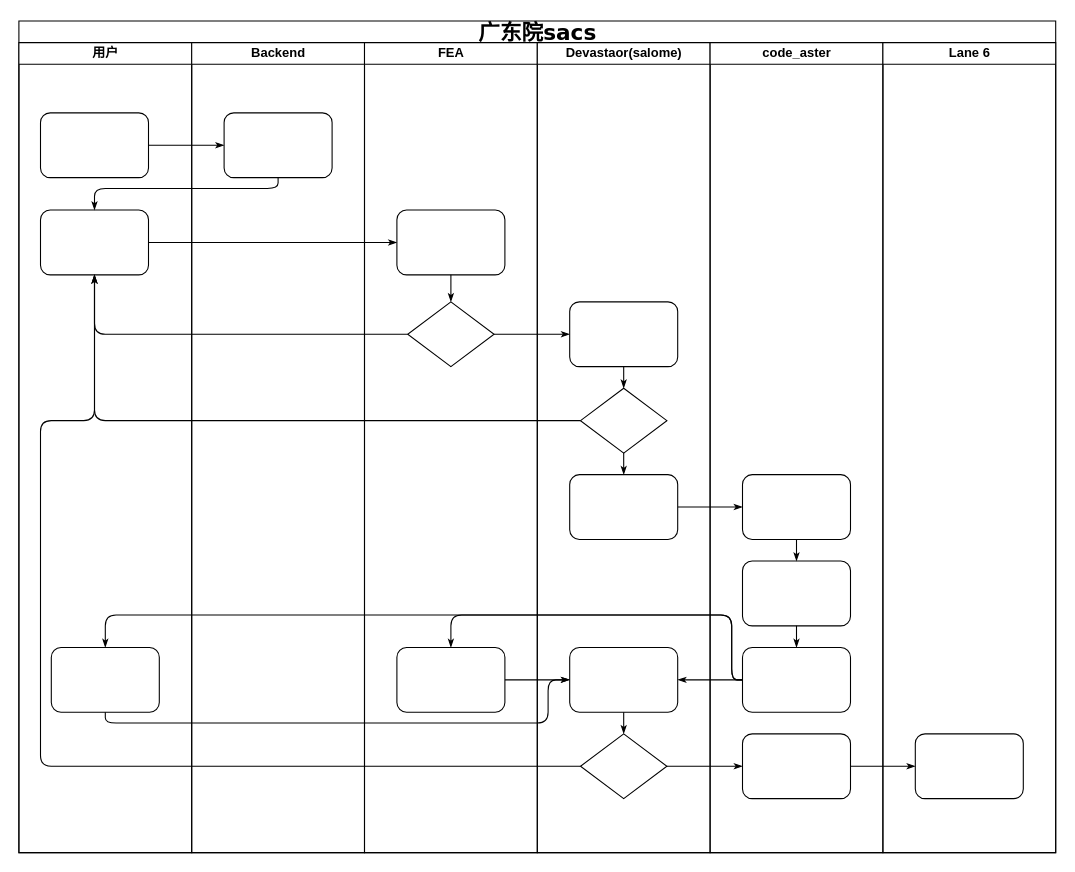
Above: gdy_流程.drawio in Harekaze-Misakiakeno/uml (draw.io), before the change. Source tidied: cells renumbered, new cells numbered last; positions are measured from the earlier drawing's top-left corner, leaving out a move shared by most shapes. Both pictures are drawn from the tidied source at 108%, with x=0, y=0 at pixel (18, 21).
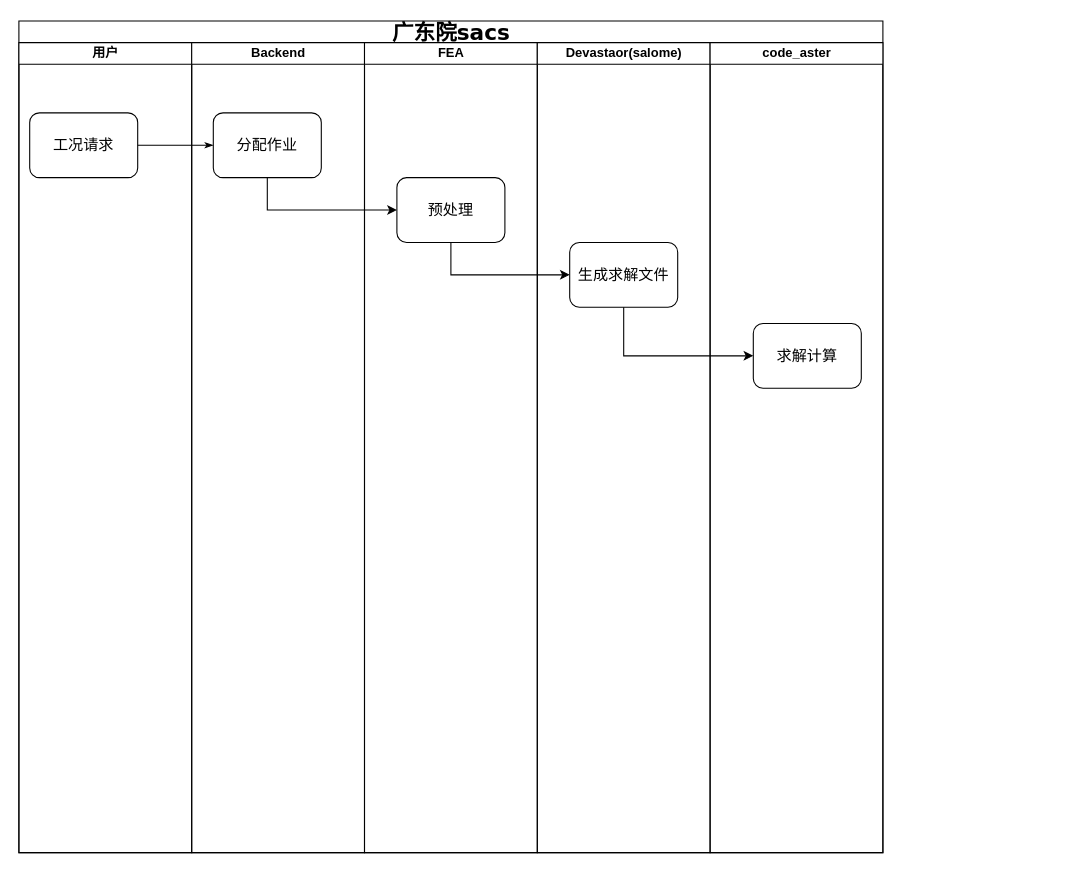
The same diagram, later.

The change refers to these unchanged cells:
```xml
<mxCell id="3" value="用户" style="swimlane;html=1;startSize=20;" parent="2" vertex="1">
  <mxGeometry y="20" width="160" height="750" as="geometry" />
</mxCell>
<mxCell id="22" value="Backend" style="swimlane;html=1;startSize=20;" parent="2" vertex="1">
  <mxGeometry x="160" y="20" width="160" height="750" as="geometry" />
</mxCell>
<mxCell id="24" value="FEA" style="swimlane;html=1;startSize=20;" parent="2" vertex="1">
  <mxGeometry x="320" y="20" width="160" height="750" as="geometry" />
</mxCell>
<mxCell id="29" value="Devastaor(salome)" style="swimlane;html=1;startSize=20;" parent="2" vertex="1">
  <mxGeometry x="480" y="20" width="160" height="750" as="geometry" />
</mxCell>
<mxCell id="38" value="code_aster" style="swimlane;html=1;startSize=20;" parent="2" vertex="1">
  <mxGeometry x="640" y="20" width="160" height="750" as="geometry" />
</mxCell>
```

Change to the diagram source:
```diff
@@
     <mxCell id="2" value="&lt;font style=&quot;font-size: 20px;&quot;&gt;广东院sacs&lt;/font&gt;" style="swimlane;html=1;startSize=20;rounded=0;shadow=0;labelBackgroundColor=none;strokeWidth=1;fontFamily=Verdana;fontSize=8;align=center;" parent="1" vertex="1">
-      <mxGeometry width="960" height="770" as="geometry" />
+      <mxGeometry width="800" height="770" as="geometry" />
     </mxCell>
@@
-    <mxCell id="4" style="rounded=1;whiteSpace=wrap;html=1;shadow=0;labelBackgroundColor=none;strokeWidth=1;fontFamily=Verdana;fontSize=8;align=center;" parent="3" vertex="1">
-      <mxGeometry x="20" y="65" width="100" height="60" as="geometry" />
+    <mxCell id="4" value="工况请求" style="rounded=1;whiteSpace=wrap;html=1;shadow=0;labelBackgroundColor=none;strokeWidth=1;fontFamily=Verdana;fontSize=14;align=center;" parent="3" vertex="1">
+      <mxGeometry x="10" y="65" width="100" height="60" as="geometry" />
     </mxCell>
-    <mxCell id="5" style="rounded=1;whiteSpace=wrap;html=1;shadow=0;labelBackgroundColor=none;strokeWidth=1;fontFamily=Verdana;fontSize=8;align=center;" parent="3" vertex="1">
-      <mxGeometry x="20" y="155" width="100" height="60" as="geometry" />
-    </mxCell>
-    <mxCell id="6" style="rounded=1;whiteSpace=wrap;html=1;shadow=0;labelBackgroundColor=none;strokeWidth=1;fontFamily=Verdana;fontSize=8;align=center;" parent="3" vertex="1">
-      <mxGeometry x="30" y="560" width="100" height="60" as="geometry" />
-    </mxCell>
-    <mxCell id="7" style="edgeStyle=orthogonalEdgeStyle;rounded=1;html=1;labelBackgroundColor=none;startArrow=none;startFill=0;startSize=5;endArrow=classicThin;endFill=1;endSize=5;jettySize=auto;strokeWidth=1;fontFamily=Verdana;fontSize=8;" parent="2" edge="1" source="4" target="23">
+    <mxCell id="7" style="edgeStyle=orthogonalEdgeStyle;rounded=1;html=1;labelBackgroundColor=none;startArrow=none;startFill=0;startSize=5;endArrow=classicThin;endFill=1;endSize=5;jettySize=auto;strokeWidth=1;fontFamily=Verdana;fontSize=14;" parent="2" edge="1" source="4" target="23">
       <mxGeometry relative="1" as="geometry" />
     </mxCell>
-    <mxCell id="8" style="edgeStyle=orthogonalEdgeStyle;rounded=1;html=1;labelBackgroundColor=none;startArrow=none;startFill=0;startSize=5;endArrow=classicThin;endFill=1;endSize=5;jettySize=auto;strokeWidth=1;fontFamily=Verdana;fontSize=8;" parent="2" edge="1" source="23" target="5">
-      <mxGeometry relative="1" as="geometry">
-        <Array as="points">
-          <mxPoint x="240" y="155" />
-          <mxPoint x="70" y="155" />
-        </Array>
-      </mxGeometry>
-    </mxCell>
-    <mxCell id="9" style="edgeStyle=orthogonalEdgeStyle;rounded=1;html=1;labelBackgroundColor=none;startArrow=none;startFill=0;startSize=5;endArrow=classicThin;endFill=1;endSize=5;jettySize=auto;strokeWidth=1;fontFamily=Verdana;fontSize=8;" parent="2" edge="1" source="5" target="25">
-      <mxGeometry relative="1" as="geometry" />
-    </mxCell>
-    <mxCell id="10" style="edgeStyle=orthogonalEdgeStyle;rounded=1;html=1;labelBackgroundColor=none;startArrow=none;startFill=0;startSize=5;endArrow=classicThin;endFill=1;endSize=5;jettySize=auto;strokeWidth=1;fontFamily=Verdana;fontSize=8;" parent="2" edge="1" source="26" target="5">
-      <mxGeometry relative="1" as="geometry" />
-    </mxCell>
-    <mxCell id="11" style="edgeStyle=orthogonalEdgeStyle;rounded=1;html=1;labelBackgroundColor=none;startArrow=none;startFill=0;startSize=5;endArrow=classicThin;endFill=1;endSize=5;jettySize=auto;strokeWidth=1;fontFamily=Verdana;fontSize=8;" parent="2" edge="1" source="31" target="5">
-      <mxGeometry relative="1" as="geometry" />
-    </mxCell>
-    <mxCell id="12" style="edgeStyle=orthogonalEdgeStyle;rounded=1;html=1;labelBackgroundColor=none;startArrow=none;startFill=0;startSize=5;endArrow=classicThin;endFill=1;endSize=5;jettySize=auto;strokeWidth=1;fontFamily=Verdana;fontSize=8;" parent="2" edge="1" source="34" target="5">
-      <mxGeometry relative="1" as="geometry">
-        <Array as="points">
-          <mxPoint x="20" y="690" />
-          <mxPoint x="20" y="370" />
-          <mxPoint x="70" y="370" />
-        </Array>
-      </mxGeometry>
-    </mxCell>
-    <mxCell id="13" style="edgeStyle=orthogonalEdgeStyle;rounded=1;html=1;labelBackgroundColor=none;startArrow=none;startFill=0;startSize=5;endArrow=classicThin;endFill=1;endSize=5;jettySize=auto;strokeWidth=1;fontFamily=Verdana;fontSize=8;" parent="2" edge="1" source="26" target="30">
-      <mxGeometry relative="1" as="geometry" />
-    </mxCell>
-    <mxCell id="14" style="edgeStyle=orthogonalEdgeStyle;rounded=1;html=1;labelBackgroundColor=none;startArrow=none;startFill=0;startSize=5;endArrow=classicThin;endFill=1;endSize=5;jettySize=auto;strokeWidth=1;fontFamily=Verdana;fontSize=8;" parent="2" edge="1" source="34" target="42">
-      <mxGeometry relative="1" as="geometry" />
-    </mxCell>
-    <mxCell id="15" style="edgeStyle=orthogonalEdgeStyle;rounded=1;html=1;labelBackgroundColor=none;startArrow=none;startFill=0;startSize=5;endArrow=classicThin;endFill=1;endSize=5;jettySize=auto;strokeWidth=1;fontFamily=Verdana;fontSize=8;" parent="2" edge="1" source="42" target="46">
-      <mxGeometry relative="1" as="geometry" />
-    </mxCell>
-    <mxCell id="16" style="edgeStyle=orthogonalEdgeStyle;rounded=1;html=1;labelBackgroundColor=none;startArrow=none;startFill=0;startSize=5;endArrow=classicThin;endFill=1;endSize=5;jettySize=auto;strokeWidth=1;fontFamily=Verdana;fontSize=8;" parent="2" edge="1" source="32" target="39">
-      <mxGeometry relative="1" as="geometry" />
-    </mxCell>
-    <mxCell id="17" style="edgeStyle=orthogonalEdgeStyle;rounded=1;html=1;labelBackgroundColor=none;startArrow=none;startFill=0;startSize=5;endArrow=classicThin;endFill=1;endSize=5;jettySize=auto;strokeWidth=1;fontFamily=Verdana;fontSize=8;" parent="2" edge="1" source="41" target="27">
-      <mxGeometry relative="1" as="geometry">
-        <Array as="points">
-          <mxPoint x="660" y="610" />
-          <mxPoint x="660" y="550" />
-          <mxPoint x="400" y="550" />
-        </Array>
-      </mxGeometry>
-    </mxCell>
-    <mxCell id="18" style="edgeStyle=orthogonalEdgeStyle;rounded=1;html=1;labelBackgroundColor=none;startArrow=none;startFill=0;startSize=5;endArrow=classicThin;endFill=1;endSize=5;jettySize=auto;strokeColor=#000000;strokeWidth=1;fontFamily=Verdana;fontSize=8;fontColor=#000000;" parent="2" edge="1" source="41" target="33">
-      <mxGeometry relative="1" as="geometry" />
-    </mxCell>
-    <mxCell id="19" style="edgeStyle=orthogonalEdgeStyle;rounded=1;html=1;labelBackgroundColor=none;startArrow=none;startFill=0;startSize=5;endArrow=classicThin;endFill=1;endSize=5;jettySize=auto;strokeWidth=1;fontFamily=Verdana;fontSize=8;" parent="2" edge="1" source="41" target="6">
-      <mxGeometry relative="1" as="geometry">
-        <Array as="points">
-          <mxPoint x="660" y="610" />
-          <mxPoint x="660" y="550" />
-          <mxPoint x="80" y="550" />
-        </Array>
-      </mxGeometry>
-    </mxCell>
-    <mxCell id="20" style="edgeStyle=orthogonalEdgeStyle;rounded=1;html=1;labelBackgroundColor=none;startArrow=none;startFill=0;startSize=5;endArrow=classicThin;endFill=1;endSize=5;jettySize=auto;strokeWidth=1;fontFamily=Verdana;fontSize=8;" parent="2" edge="1" source="6" target="33">
-      <mxGeometry relative="1" as="geometry">
-        <Array as="points">
-          <mxPoint x="80" y="650" />
-          <mxPoint x="490" y="650" />
-          <mxPoint x="490" y="610" />
-        </Array>
-      </mxGeometry>
-    </mxCell>
-    <mxCell id="21" style="edgeStyle=orthogonalEdgeStyle;rounded=1;html=1;labelBackgroundColor=none;startArrow=none;startFill=0;startSize=5;endArrow=classicThin;endFill=1;endSize=5;jettySize=auto;strokeWidth=1;fontFamily=Verdana;fontSize=8;" parent="2" edge="1" source="27" target="33">
-      <mxGeometry relative="1" as="geometry" />
-    </mxCell>
@@
-    <mxCell id="23" style="rounded=1;whiteSpace=wrap;html=1;shadow=0;labelBackgroundColor=none;strokeWidth=1;fontFamily=Verdana;fontSize=8;align=center;" parent="22" vertex="1">
-      <mxGeometry x="30" y="65" width="100" height="60" as="geometry" />
+    <mxCell id="23" value="分配作业" style="rounded=1;whiteSpace=wrap;html=1;shadow=0;labelBackgroundColor=none;strokeWidth=1;fontFamily=Verdana;fontSize=14;align=center;" parent="22" vertex="1">
+      <mxGeometry x="20" y="65" width="100" height="60" as="geometry" />
     </mxCell>
@@
-    <mxCell id="25" style="rounded=1;whiteSpace=wrap;html=1;shadow=0;labelBackgroundColor=none;strokeWidth=1;fontFamily=Verdana;fontSize=8;align=center;" parent="24" vertex="1">
-      <mxGeometry x="30" y="155" width="100" height="60" as="geometry" />
+    <mxCell id="25" value="预处理" style="rounded=1;whiteSpace=wrap;html=1;shadow=0;labelBackgroundColor=none;strokeWidth=1;fontFamily=Verdana;fontSize=14;align=center;" parent="24" vertex="1">
+      <mxGeometry x="30" y="125" width="100" height="60" as="geometry" />
     </mxCell>
-    <mxCell id="26" style="rhombus;whiteSpace=wrap;html=1;rounded=0;shadow=0;labelBackgroundColor=none;strokeWidth=1;fontFamily=Verdana;fontSize=8;align=center;" parent="24" vertex="1">
-      <mxGeometry x="40" y="240" width="80" height="60" as="geometry" />
-    </mxCell>
-    <mxCell id="27" style="rounded=1;whiteSpace=wrap;html=1;shadow=0;labelBackgroundColor=none;strokeWidth=1;fontFamily=Verdana;fontSize=8;align=center;" parent="24" vertex="1">
-      <mxGeometry x="30" y="560" width="100" height="60" as="geometry" />
-    </mxCell>
-    <mxCell id="28" style="edgeStyle=orthogonalEdgeStyle;rounded=1;html=1;labelBackgroundColor=none;startArrow=none;startFill=0;startSize=5;endArrow=classicThin;endFill=1;endSize=5;jettySize=auto;strokeWidth=1;fontFamily=Verdana;fontSize=8;" parent="24" edge="1" source="25" target="26">
-      <mxGeometry relative="1" as="geometry" />
-    </mxCell>
@@
-    <mxCell id="30" style="rounded=1;whiteSpace=wrap;html=1;shadow=0;labelBackgroundColor=none;strokeWidth=1;fontFamily=Verdana;fontSize=8;align=center;" parent="29" vertex="1">
-      <mxGeometry x="30" y="240" width="100" height="60" as="geometry" />
+    <mxCell id="30" value="生成求解文件" style="rounded=1;whiteSpace=wrap;html=1;shadow=0;labelBackgroundColor=none;strokeWidth=1;fontFamily=Verdana;fontSize=14;align=center;" parent="29" vertex="1">
+      <mxGeometry x="30" y="185" width="100" height="60" as="geometry" />
     </mxCell>
-    <mxCell id="31" style="rhombus;whiteSpace=wrap;html=1;rounded=0;shadow=0;labelBackgroundColor=none;strokeWidth=1;fontFamily=Verdana;fontSize=8;align=center;" parent="29" vertex="1">
-      <mxGeometry x="40" y="320" width="80" height="60" as="geometry" />
-    </mxCell>
-    <mxCell id="32" style="rounded=1;whiteSpace=wrap;html=1;shadow=0;labelBackgroundColor=none;strokeWidth=1;fontFamily=Verdana;fontSize=8;align=center;" parent="29" vertex="1">
-      <mxGeometry x="30" y="400" width="100" height="60" as="geometry" />
-    </mxCell>
-    <mxCell id="33" style="rounded=1;whiteSpace=wrap;html=1;shadow=0;labelBackgroundColor=none;strokeWidth=1;fontFamily=Verdana;fontSize=8;align=center;" parent="29" vertex="1">
-      <mxGeometry x="30" y="560" width="100" height="60" as="geometry" />
-    </mxCell>
-    <mxCell id="34" style="rhombus;whiteSpace=wrap;html=1;rounded=0;shadow=0;labelBackgroundColor=none;strokeWidth=1;fontFamily=Verdana;fontSize=8;align=center;" parent="29" vertex="1">
-      <mxGeometry x="40" y="640" width="80" height="60" as="geometry" />
-    </mxCell>
-    <mxCell id="35" style="edgeStyle=orthogonalEdgeStyle;rounded=1;html=1;labelBackgroundColor=none;startArrow=none;startFill=0;startSize=5;endArrow=classicThin;endFill=1;endSize=5;jettySize=auto;strokeColor=#000000;strokeWidth=1;fontFamily=Verdana;fontSize=8;fontColor=#000000;" parent="29" edge="1" source="30" target="31">
-      <mxGeometry relative="1" as="geometry" />
-    </mxCell>
-    <mxCell id="36" style="edgeStyle=orthogonalEdgeStyle;rounded=1;html=1;labelBackgroundColor=none;startArrow=none;startFill=0;startSize=5;endArrow=classicThin;endFill=1;endSize=5;jettySize=auto;strokeWidth=1;fontFamily=Verdana;fontSize=8;" parent="29" edge="1" source="31" target="32">
-      <mxGeometry relative="1" as="geometry" />
-    </mxCell>
-    <mxCell id="37" style="edgeStyle=orthogonalEdgeStyle;rounded=1;html=1;labelBackgroundColor=none;startArrow=none;startFill=0;startSize=5;endArrow=classicThin;endFill=1;endSize=5;jettySize=auto;strokeWidth=1;fontFamily=Verdana;fontSize=8;" parent="29" edge="1" source="33" target="34">
-      <mxGeometry relative="1" as="geometry" />
-    </mxCell>
@@
-    <mxCell id="39" style="rounded=1;whiteSpace=wrap;html=1;shadow=0;labelBackgroundColor=none;strokeWidth=1;fontFamily=Verdana;fontSize=8;align=center;" parent="38" vertex="1">
-      <mxGeometry x="30" y="400" width="100" height="60" as="geometry" />
-    </mxCell>
-    <mxCell id="40" style="rounded=1;whiteSpace=wrap;html=1;shadow=0;labelBackgroundColor=none;strokeWidth=1;fontFamily=Verdana;fontSize=8;align=center;" parent="38" vertex="1">
-      <mxGeometry x="30" y="480" width="100" height="60" as="geometry" />
-    </mxCell>
-    <mxCell id="41" style="rounded=1;whiteSpace=wrap;html=1;shadow=0;labelBackgroundColor=none;strokeWidth=1;fontFamily=Verdana;fontSize=8;align=center;" parent="38" vertex="1">
-      <mxGeometry x="30" y="560" width="100" height="60" as="geometry" />
-    </mxCell>
-    <mxCell id="42" style="rounded=1;whiteSpace=wrap;html=1;shadow=0;labelBackgroundColor=none;strokeWidth=1;fontFamily=Verdana;fontSize=8;align=center;" parent="38" vertex="1">
-      <mxGeometry x="30" y="640" width="100" height="60" as="geometry" />
-    </mxCell>
-    <mxCell id="43" style="edgeStyle=orthogonalEdgeStyle;rounded=1;html=1;labelBackgroundColor=none;startArrow=none;startFill=0;startSize=5;endArrow=classicThin;endFill=1;endSize=5;jettySize=auto;strokeWidth=1;fontFamily=Verdana;fontSize=8;" parent="38" edge="1" source="39" target="40">
-      <mxGeometry relative="1" as="geometry" />
-    </mxCell>
-    <mxCell id="44" style="edgeStyle=orthogonalEdgeStyle;rounded=1;html=1;labelBackgroundColor=none;startArrow=none;startFill=0;startSize=5;endArrow=classicThin;endFill=1;endSize=5;jettySize=auto;strokeWidth=1;fontFamily=Verdana;fontSize=8;" parent="38" edge="1" source="40" target="41">
-      <mxGeometry relative="1" as="geometry" />
-    </mxCell>
-    <mxCell id="45" value="Lane 6" style="swimlane;html=1;startSize=20;" parent="2" vertex="1">
-      <mxGeometry x="800" y="20" width="160" height="750" as="geometry" />
-    </mxCell>
-    <mxCell id="46" style="rounded=1;whiteSpace=wrap;html=1;shadow=0;labelBackgroundColor=none;strokeWidth=1;fontFamily=Verdana;fontSize=8;align=center;" parent="45" vertex="1">
-      <mxGeometry x="30" y="640" width="100" height="60" as="geometry" />
-    </mxCell>
+    <mxCell id="47" value="求解计算" style="rounded=1;whiteSpace=wrap;html=1;shadow=0;labelBackgroundColor=none;strokeWidth=1;fontFamily=Verdana;fontSize=14;align=center;" parent="38" vertex="1">
+      <mxGeometry x="40" y="260" width="100" height="60" as="geometry" />
+    </mxCell>
+    <mxCell id="48" style="edgeStyle=orthogonalEdgeStyle;rounded=0;jettySize=auto;html=1;entryX=0;entryY=0.5;entryDx=0;entryDy=0;exitX=0.5;exitY=1;exitDx=0;exitDy=0;startArrow=none;startFill=0;" parent="2" edge="1" source="23" target="25">
+      <mxGeometry relative="1" as="geometry" />
+    </mxCell>
+    <mxCell id="49" style="edgeStyle=orthogonalEdgeStyle;rounded=0;jettySize=auto;html=1;entryX=0;entryY=0.5;entryDx=0;entryDy=0;exitX=0.5;exitY=1;exitDx=0;exitDy=0;" parent="2" edge="1" source="25" target="30">
+      <mxGeometry relative="1" as="geometry" />
+    </mxCell>
+    <mxCell id="50" style="edgeStyle=orthogonalEdgeStyle;rounded=0;jettySize=auto;html=1;entryX=0;entryY=0.5;entryDx=0;entryDy=0;exitX=0.5;exitY=1;exitDx=0;exitDy=0;" parent="2" edge="1" source="30" target="47">
+      <mxGeometry relative="1" as="geometry" />
+    </mxCell>
```
